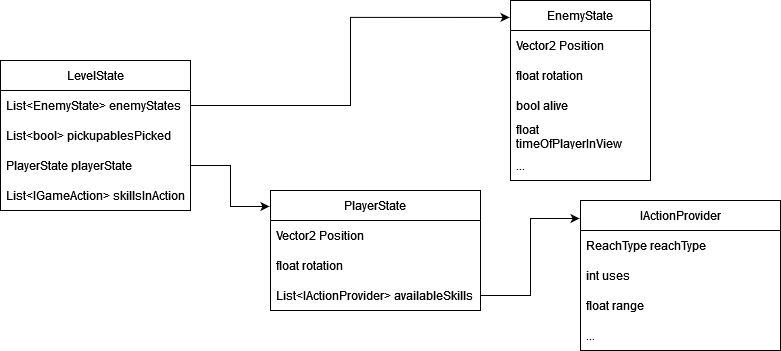
Earlier version of the draw.io export Thesis/diagrams/LevelStateData.drawio.png (CyrChudac/DiplomaThesis). Source tidied: cells renumbered, new cells last; positions are measured from the earlier drawing's top-left corner, leaving out a move shared by most shapes.
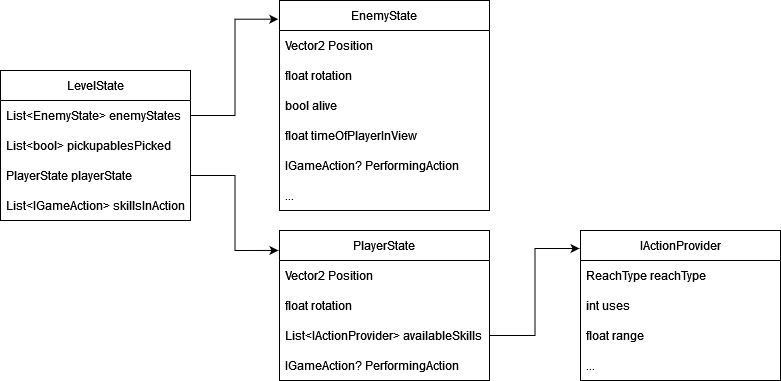
The same file after the commit.

The edit, as a diff of the source:
```diff
@@ -18,25 +18,28 @@
       <mxGeometry y="120" width="190" height="30" as="geometry" />
     </mxCell>
     <mxCell id="7" value="EnemyState" style="swimlane;fontStyle=0;horizontal=1;startSize=30;whiteSpace=wrap;html=1;" parent="1" vertex="1">
-      <mxGeometry x="510" width="140" height="180" as="geometry" />
+      <mxGeometry x="279" y="-10" width="210" height="210" as="geometry" />
     </mxCell>
     <mxCell id="8" value="&lt;div&gt;Vector2 Position&lt;/div&gt;" style="text;strokeColor=none;fillColor=none;align=left;verticalAlign=middle;spacingLeft=4;spacingRight=4;overflow=hidden;whiteSpace=wrap;html=1;" parent="7" vertex="1">
-      <mxGeometry y="30" width="140" height="30" as="geometry" />
+      <mxGeometry y="30" width="210" height="30" as="geometry" />
     </mxCell>
     <mxCell id="9" value="float rotation" style="text;strokeColor=none;fillColor=none;align=left;verticalAlign=middle;spacingLeft=4;spacingRight=4;overflow=hidden;whiteSpace=wrap;html=1;" parent="7" vertex="1">
-      <mxGeometry y="60" width="140" height="30" as="geometry" />
+      <mxGeometry y="60" width="210" height="30" as="geometry" />
     </mxCell>
     <mxCell id="10" value="bool alive" style="text;strokeColor=none;fillColor=none;align=left;verticalAlign=middle;spacingLeft=4;spacingRight=4;overflow=hidden;whiteSpace=wrap;html=1;" parent="7" vertex="1">
-      <mxGeometry y="90" width="140" height="30" as="geometry" />
+      <mxGeometry y="90" width="210" height="30" as="geometry" />
     </mxCell>
     <mxCell id="11" value="float timeOfPlayerInView" style="text;strokeColor=none;fillColor=none;align=left;verticalAlign=middle;spacingLeft=4;spacingRight=4;overflow=hidden;whiteSpace=wrap;html=1;" parent="7" vertex="1">
-      <mxGeometry y="120" width="140" height="30" as="geometry" />
+      <mxGeometry y="120" width="210" height="30" as="geometry" />
     </mxCell>
+    <mxCell id="25" value="IGameAction? PerformingAction" style="text;strokeColor=none;fillColor=none;align=left;verticalAlign=middle;spacingLeft=4;spacingRight=4;overflow=hidden;whiteSpace=wrap;html=1;" parent="7" vertex="1">
+      <mxGeometry y="150" width="210" height="30" as="geometry" />
+    </mxCell>
     <mxCell id="12" value="..." style="text;strokeColor=none;fillColor=none;align=left;verticalAlign=middle;spacingLeft=4;spacingRight=4;overflow=hidden;whiteSpace=wrap;html=1;" parent="7" vertex="1">
-      <mxGeometry y="150" width="140" height="30" as="geometry" />
+      <mxGeometry y="180" width="210" height="30" as="geometry" />
     </mxCell>
     <mxCell id="13" value="IActionProvider" style="swimlane;fontStyle=0;horizontal=1;startSize=30;whiteSpace=wrap;html=1;" parent="1" vertex="1">
-      <mxGeometry x="580" y="200" width="200" height="150" as="geometry" />
+      <mxGeometry x="580" y="220" width="200" height="150" as="geometry" />
     </mxCell>
     <mxCell id="14" value="ReachType reachType" style="text;strokeColor=none;fillColor=none;align=left;verticalAlign=middle;spacingLeft=4;spacingRight=4;overflow=hidden;whiteSpace=wrap;html=1;" parent="13" vertex="1">
       <mxGeometry y="30" width="200" height="30" as="geometry" />
@@ -51,7 +54,7 @@
       <mxGeometry y="120" width="200" height="30" as="geometry" />
     </mxCell>
     <mxCell id="18" value="PlayerState" style="swimlane;fontStyle=0;horizontal=1;startSize=30;whiteSpace=wrap;html=1;" parent="1" vertex="1">
-      <mxGeometry x="270" y="190" width="210" height="120" as="geometry" />
+      <mxGeometry x="279" y="220" width="210" height="150" as="geometry" />
     </mxCell>
     <mxCell id="19" value="Vector2 Position" style="text;strokeColor=none;fillColor=none;align=left;verticalAlign=middle;spacingLeft=4;spacingRight=4;overflow=hidden;whiteSpace=wrap;html=1;" parent="18" vertex="1">
       <mxGeometry y="30" width="210" height="30" as="geometry" />
@@ -62,14 +65,17 @@
     <mxCell id="21" value="List&amp;lt;IActionProvider&amp;gt; availableSkills" style="text;strokeColor=none;fillColor=none;align=left;verticalAlign=middle;spacingLeft=4;spacingRight=4;overflow=hidden;points=[[0,0.5],[1,0.5]];portConstraint=eastwest;whiteSpace=wrap;html=1;" parent="18" vertex="1">
       <mxGeometry y="90" width="210" height="30" as="geometry" />
     </mxCell>
-    <mxCell id="22" style="edgeStyle=orthogonalEdgeStyle;rounded=0;jettySize=auto;html=1;exitX=1;exitY=0.5;exitDx=0;exitDy=0;entryX=-0.007;entryY=0.094;entryDx=0;entryDy=0;entryPerimeter=0;" parent="1" edge="1" source="3" target="7">
-      <mxGeometry relative="1" as="geometry" />
-    </mxCell>
+    <mxCell id="26" value="IGameAction? PerformingAction" style="text;strokeColor=none;fillColor=none;align=left;verticalAlign=middle;spacingLeft=4;spacingRight=4;overflow=hidden;whiteSpace=wrap;html=1;" parent="18" vertex="1">
+      <mxGeometry y="120" width="210" height="30" as="geometry" />
+    </mxCell>
     <mxCell id="23" style="edgeStyle=orthogonalEdgeStyle;rounded=0;jettySize=auto;html=1;exitX=1;exitY=0.5;exitDx=0;exitDy=0;entryX=-0.005;entryY=0.12;entryDx=0;entryDy=0;entryPerimeter=0;" parent="1" edge="1" source="21" target="13">
       <mxGeometry relative="1" as="geometry" />
     </mxCell>
     <mxCell id="24" style="edgeStyle=orthogonalEdgeStyle;rounded=0;jettySize=auto;html=1;exitX=1;exitY=0.5;exitDx=0;exitDy=0;entryX=-0.005;entryY=0.133;entryDx=0;entryDy=0;entryPerimeter=0;" parent="1" edge="1" source="5" target="18">
       <mxGeometry relative="1" as="geometry" />
     </mxCell>
+    <mxCell id="22" style="edgeStyle=orthogonalEdgeStyle;rounded=0;jettySize=auto;html=1;exitX=1;exitY=0.5;exitDx=0;exitDy=0;entryX=-0.006;entryY=0.089;entryDx=0;entryDy=0;entryPerimeter=0;" parent="1" edge="1" source="3" target="7">
+      <mxGeometry relative="1" as="geometry" />
+    </mxCell>
   </root>
 </mxGraphModel>
```
